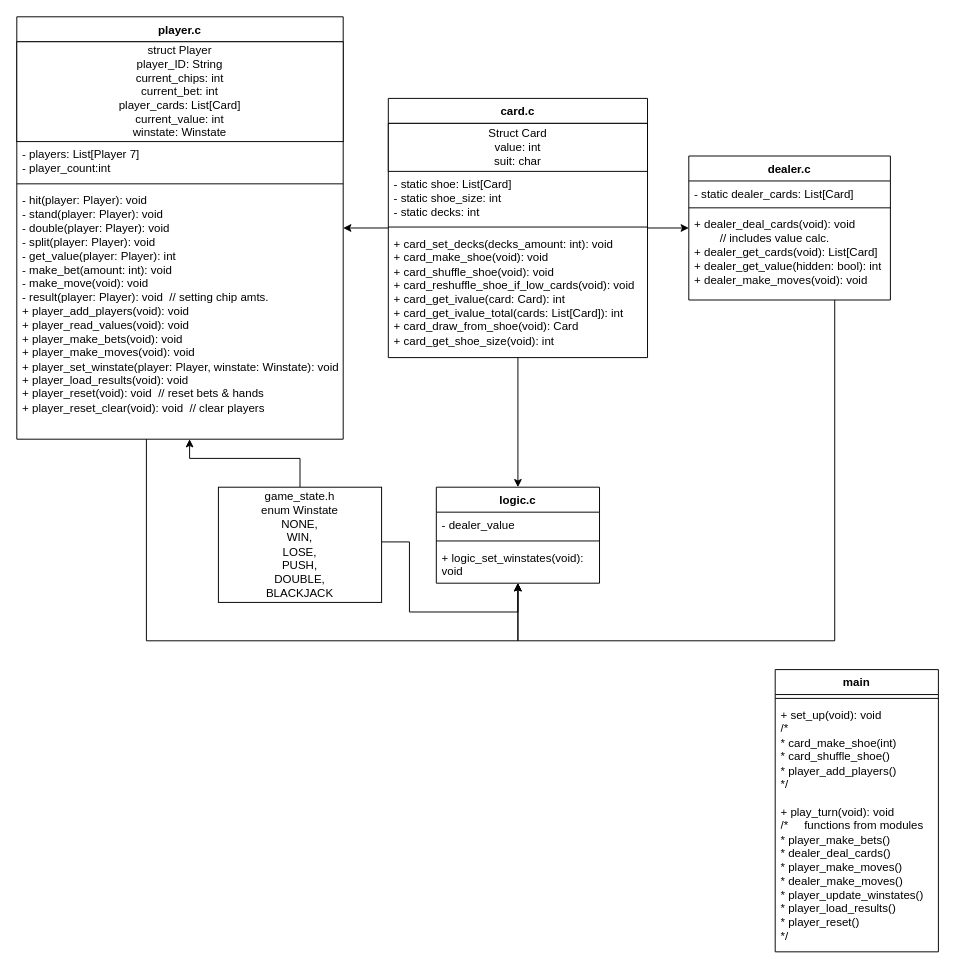
The draw.io diagram misc/BlackJackRemakeUML.drawio in BigDave0071/BlackJackRemake, before the edit. Source tidied: cells renumbered, new cells numbered last; positions are measured from the earlier drawing's top-left corner, leaving out a move shared by most shapes. Both pictures are drawn from the tidied source at 96%, with x=0, y=0 at pixel (16, 16).
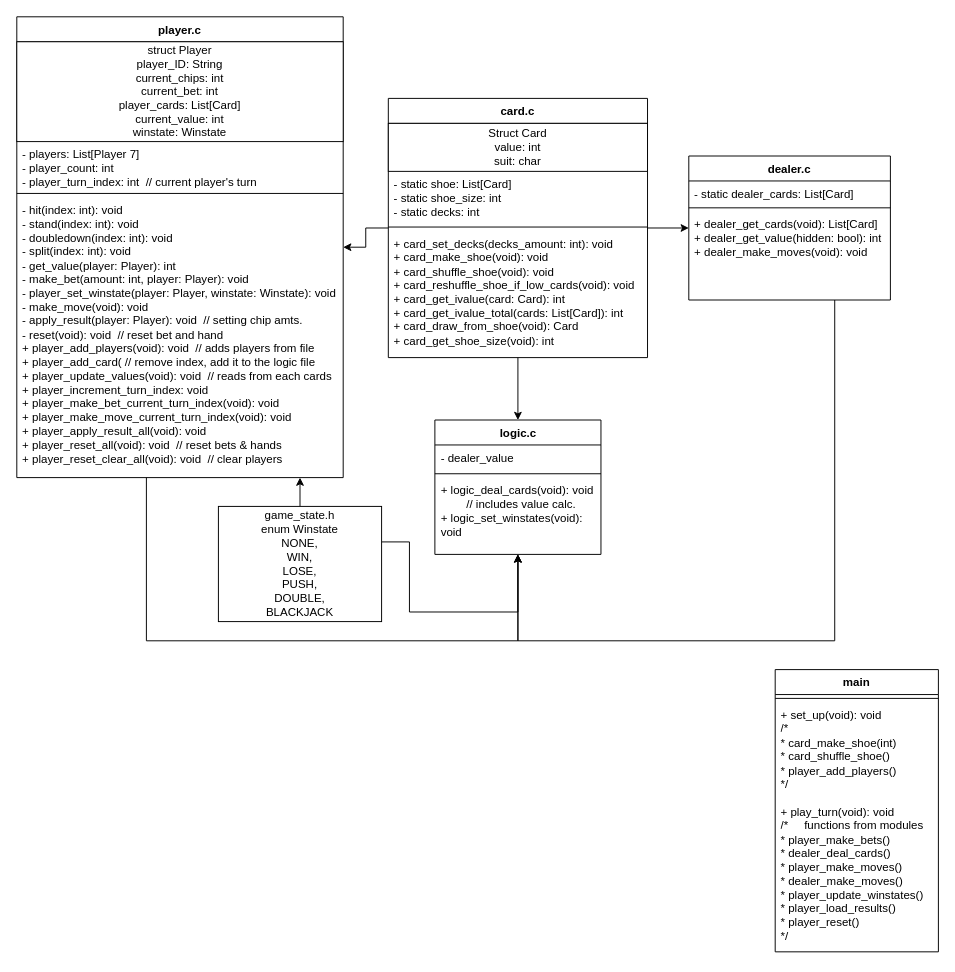
The same page after the edit.

Commit message (it also covers changes not shown here):
Trying to figure out how to manage dealing cards. Still in progress.

The change refers to these unchanged cells:
```xml
<mxCell id="11" value="dealer.c" style="swimlane;fontStyle=1;align=center;verticalAlign=top;horizontal=1;startSize=26;whiteSpace=wrap;html=1;" parent="1" vertex="1">
  <mxGeometry x="700" y="145" width="210" height="150" as="geometry" />
</mxCell>
```

What changed in the source:
```diff
@@
-    <mxCell id="14" value="&lt;div&gt;&lt;span style=&quot;background-color: transparent; color: light-dark(rgb(0, 0, 0), rgb(255, 255, 255));&quot;&gt;+ dealer_deal_cards(void): void&lt;/span&gt;&lt;br&gt;&lt;/div&gt;&lt;div&gt;&lt;span style=&quot;white-space: pre;&quot;&gt;&#9;&lt;/span&gt;// includes value calc.&lt;br&gt;&lt;/div&gt;&lt;div&gt;+ dealer_get_cards(void): List[Card]&lt;/div&gt;&lt;div&gt;+ dealer_get_value(hidden: bool): int&lt;/div&gt;&lt;div&gt;+ dealer_make_moves(void): void&lt;/div&gt;" style="text;strokeColor=none;fillColor=none;align=left;verticalAlign=top;spacingLeft=4;spacingRight=4;overflow=hidden;whiteSpace=wrap;html=1;" parent="11" vertex="1">
+    <mxCell id="14" value="&lt;div&gt;&lt;span style=&quot;background-color: transparent; color: light-dark(rgb(0, 0, 0), rgb(255, 255, 255));&quot;&gt;+ dealer_get_cards(void): List[Card]&lt;/span&gt;&lt;/div&gt;&lt;div&gt;+ dealer_get_value(hidden: bool): int&lt;/div&gt;&lt;div&gt;+ dealer_make_moves(void): void&lt;/div&gt;" style="text;strokeColor=none;fillColor=none;align=left;verticalAlign=top;spacingLeft=4;spacingRight=4;overflow=hidden;whiteSpace=wrap;html=1;" parent="11" vertex="1">
       <mxGeometry y="58" width="210" height="92" as="geometry" />
     </mxCell>
@@
     <mxCell id="16" value="player.c" style="swimlane;fontStyle=1;align=center;verticalAlign=top;horizontal=1;startSize=26;whiteSpace=wrap;html=1;" parent="1" vertex="1">
-      <mxGeometry width="340" height="440" as="geometry" />
+      <mxGeometry width="340" height="480" as="geometry" />
     </mxCell>
@@
-    <mxCell id="18" value="- players: List[Player 7]&lt;div&gt;- player_count:int&lt;/div&gt;" style="text;strokeColor=none;fillColor=none;align=left;verticalAlign=top;spacingLeft=4;spacingRight=4;overflow=hidden;whiteSpace=wrap;html=1;" parent="16" vertex="1">
-      <mxGeometry y="130" width="340" height="40" as="geometry" />
+    <mxCell id="18" value="- players: List[Player 7]&lt;div&gt;- player_count: int&lt;/div&gt;&lt;div&gt;- player_turn_index: int&amp;nbsp; // current player's turn&lt;/div&gt;" style="text;strokeColor=none;fillColor=none;align=left;verticalAlign=top;spacingLeft=4;spacingRight=4;overflow=hidden;whiteSpace=wrap;html=1;" parent="16" vertex="1">
+      <mxGeometry y="130" width="340" height="50" as="geometry" />
     </mxCell>
     <mxCell id="19" style="line;strokeWidth=1;fillColor=none;align=left;verticalAlign=middle;spacingTop=-1;spacingLeft=3;spacingRight=3;labelPosition=right;strokeColor=inherit;" parent="16" vertex="1">
-      <mxGeometry y="170" width="340" height="8" as="geometry" />
+      <mxGeometry y="180" width="340" height="8" as="geometry" />
     </mxCell>
-    <mxCell id="20" value="&lt;div&gt;&lt;div&gt;&lt;div&gt;- hit(player: Player): void&lt;/div&gt;&lt;div&gt;- stand(player: Player): void&lt;/div&gt;&lt;div&gt;- double(player: Player): void&lt;/div&gt;&lt;div&gt;- split(player: Player): void&lt;/div&gt;&lt;/div&gt;&lt;div&gt;- get_value(player: Player): int&lt;/div&gt;&lt;/div&gt;&lt;div&gt;- make_bet(amount: int): void&lt;/div&gt;&lt;div&gt;- make_move(void): void&lt;/div&gt;&lt;div&gt;&lt;span style=&quot;background-color: transparent; color: light-dark(rgb(0, 0, 0), rgb(255, 255, 255));&quot;&gt;- result(player: Player): void&amp;nbsp; // setting chip amts.&lt;/span&gt;&lt;br&gt;&lt;/div&gt;&lt;div&gt;+ player_add_players(void): void&lt;br&gt;&lt;/div&gt;&lt;div&gt;+ player_read_values(void): void&lt;/div&gt;+ player_make&lt;span style=&quot;background-color: transparent; color: light-dark(rgb(0, 0, 0), rgb(255, 255, 255));&quot;&gt;_bets(void): void&lt;/span&gt;&lt;div&gt;&lt;div&gt;+ player_make_moves(void): void&lt;/div&gt;&lt;/div&gt;&lt;div&gt;&lt;div&gt;+ player_set_winstate(player: Player, winstate: Winstate): void&lt;/div&gt;&lt;/div&gt;&lt;div&gt;&lt;span style=&quot;background-color: transparent; color: light-dark(rgb(0, 0, 0), rgb(255, 255, 255));&quot;&gt;+ player_load_results(void): void&lt;/span&gt;&lt;br&gt;&lt;/div&gt;&lt;div&gt;+ player_reset(void): void&amp;nbsp; // reset bets &amp;amp; hands&lt;/div&gt;&lt;div&gt;+ player_reset_clear(void): void&amp;nbsp; // clear players&lt;/div&gt;" style="text;strokeColor=none;fillColor=none;align=left;verticalAlign=top;spacingLeft=4;spacingRight=4;overflow=hidden;points=[[0,0.5],[1,0.5]];portConstraint=eastwest;whiteSpace=wrap;html=1;" parent="16" vertex="1">
-      <mxGeometry y="178" width="340" height="262" as="geometry" />
+    <mxCell id="20" value="&lt;div&gt;&lt;div&gt;&lt;div&gt;- hit(index: int): void&lt;/div&gt;&lt;div&gt;- stand(index: int): void&lt;/div&gt;&lt;div&gt;- doubledown(index: int): void&lt;/div&gt;&lt;div&gt;- split(index: int): void&lt;/div&gt;&lt;/div&gt;&lt;div&gt;- get_value(player: Player): int&lt;/div&gt;&lt;/div&gt;&lt;div&gt;- make_bet(amount: int,&amp;nbsp;&lt;span style=&quot;background-color: transparent; color: light-dark(rgb(0, 0, 0), rgb(255, 255, 255));&quot;&gt;player: Player&lt;/span&gt;&lt;span style=&quot;background-color: transparent; color: light-dark(rgb(0, 0, 0), rgb(255, 255, 255));&quot;&gt;): void&lt;/span&gt;&lt;/div&gt;&lt;div&gt;- player_set_winstate(player: Player, winstate: Winstate): void&lt;/div&gt;&lt;div&gt;- make_move(void): void&lt;/div&gt;&lt;div&gt;&lt;span style=&quot;background-color: transparent; color: light-dark(rgb(0, 0, 0), rgb(255, 255, 255));&quot;&gt;- apply_result(player: Player): void&amp;nbsp; // setting chip amts.&lt;/span&gt;&lt;br&gt;&lt;/div&gt;&lt;div&gt;&lt;span style=&quot;background-color: transparent; color: light-dark(rgb(0, 0, 0), rgb(255, 255, 255));&quot;&gt;- reset(void): void&amp;nbsp; // reset bet and hand&lt;/span&gt;&lt;/div&gt;&lt;div&gt;+ player_add_players(void): void&amp;nbsp; // adds players from file&lt;/div&gt;&lt;div&gt;+ player_add_card( // remove index, add it to the logic file&lt;/div&gt;&lt;div&gt;+ player_update_values(void): void&amp;nbsp; // reads from each cards&lt;/div&gt;&lt;div&gt;+ player_increment_turn_index: void&lt;/div&gt;+ player_make&lt;span style=&quot;background-color: transparent; color: light-dark(rgb(0, 0, 0), rgb(255, 255, 255));&quot;&gt;_bet_current_turn_index(void): void&lt;/span&gt;&lt;div&gt;&lt;div&gt;+ player_make_move_current_turn_index(void): void&lt;/div&gt;&lt;/div&gt;&lt;div&gt;&lt;div&gt;&lt;span style=&quot;background-color: transparent; color: light-dark(rgb(0, 0, 0), rgb(255, 255, 255));&quot;&gt;+ player_apply_result_all(void): void&lt;/span&gt;&lt;/div&gt;&lt;/div&gt;&lt;div&gt;+ player_reset_all(void): void&amp;nbsp; // reset bets &amp;amp; hands&lt;/div&gt;&lt;div&gt;+ player_reset_clear_all(void): void&amp;nbsp; // clear players&lt;/div&gt;" style="text;strokeColor=none;fillColor=none;align=left;verticalAlign=top;spacingLeft=4;spacingRight=4;overflow=hidden;points=[[0,0.5],[1,0.5]];portConstraint=eastwest;whiteSpace=wrap;html=1;" parent="16" vertex="1">
+      <mxGeometry y="188" width="340" height="292" as="geometry" />
     </mxCell>
     <mxCell id="21" value="logic.c" style="swimlane;fontStyle=1;align=center;verticalAlign=top;horizontal=1;startSize=26;whiteSpace=wrap;html=1;" parent="1" vertex="1">
-      <mxGeometry x="437" y="490" width="170" height="100" as="geometry" />
+      <mxGeometry x="435.5" y="420" width="173" height="140" as="geometry" />
     </mxCell>
     <mxCell id="22" value="- dealer_value" style="text;strokeColor=none;fillColor=none;align=left;verticalAlign=top;spacingLeft=4;spacingRight=4;overflow=hidden;whiteSpace=wrap;html=1;" parent="21" vertex="1">
-      <mxGeometry y="26" width="170" height="26" as="geometry" />
+      <mxGeometry y="26" width="173" height="26" as="geometry" />
     </mxCell>
     <mxCell id="23" style="line;strokeWidth=1;fillColor=none;align=left;verticalAlign=middle;spacingTop=-1;spacingLeft=3;spacingRight=3;labelPosition=right;strokeColor=inherit;" parent="21" vertex="1">
-      <mxGeometry y="52" width="170" height="8" as="geometry" />
+      <mxGeometry y="52" width="173" height="8" as="geometry" />
     </mxCell>
-    <mxCell id="24" value="&lt;div&gt;&lt;/div&gt;&lt;div&gt;+ logic_set_winstates(void): void&lt;/div&gt;" style="text;strokeColor=none;fillColor=none;align=left;verticalAlign=top;spacingLeft=4;spacingRight=4;overflow=hidden;whiteSpace=wrap;html=1;" parent="21" vertex="1">
-      <mxGeometry y="60" width="170" height="40" as="geometry" />
+    <mxCell id="24" value="&lt;div&gt;&lt;/div&gt;&lt;div&gt;&lt;div&gt;&lt;span style=&quot;background-color: transparent; color: light-dark(rgb(0, 0, 0), rgb(255, 255, 255));&quot;&gt;+ logic_deal_cards(void): void&lt;/span&gt;&lt;br&gt;&lt;/div&gt;&lt;div&gt;&lt;span style=&quot;white-space: pre;&quot;&gt;&#9;&lt;/span&gt;// includes value calc.&lt;/div&gt;&lt;/div&gt;&lt;div&gt;+ logic_set_winstates(void): void&lt;/div&gt;" style="text;strokeColor=none;fillColor=none;align=left;verticalAlign=top;spacingLeft=4;spacingRight=4;overflow=hidden;whiteSpace=wrap;html=1;" parent="21" vertex="1">
+      <mxGeometry y="60" width="173" height="80" as="geometry" />
     </mxCell>
@@
     <mxCell id="30" value="&lt;div&gt;game_state.h&lt;/div&gt;enum Winstate&lt;div&gt;NONE,&lt;/div&gt;&lt;div&gt;WIN,&lt;/div&gt;&lt;div&gt;LOSE,&lt;/div&gt;&lt;div&gt;PUSH,&lt;/div&gt;&lt;div&gt;DOUBLE,&lt;/div&gt;&lt;div&gt;BLACKJACK&lt;/div&gt;" style="html=1;whiteSpace=wrap;" parent="1" vertex="1">
-      <mxGeometry x="210" y="490" width="170" height="120" as="geometry" />
+      <mxGeometry x="210" y="510" width="170" height="120" as="geometry" />
     </mxCell>
```
